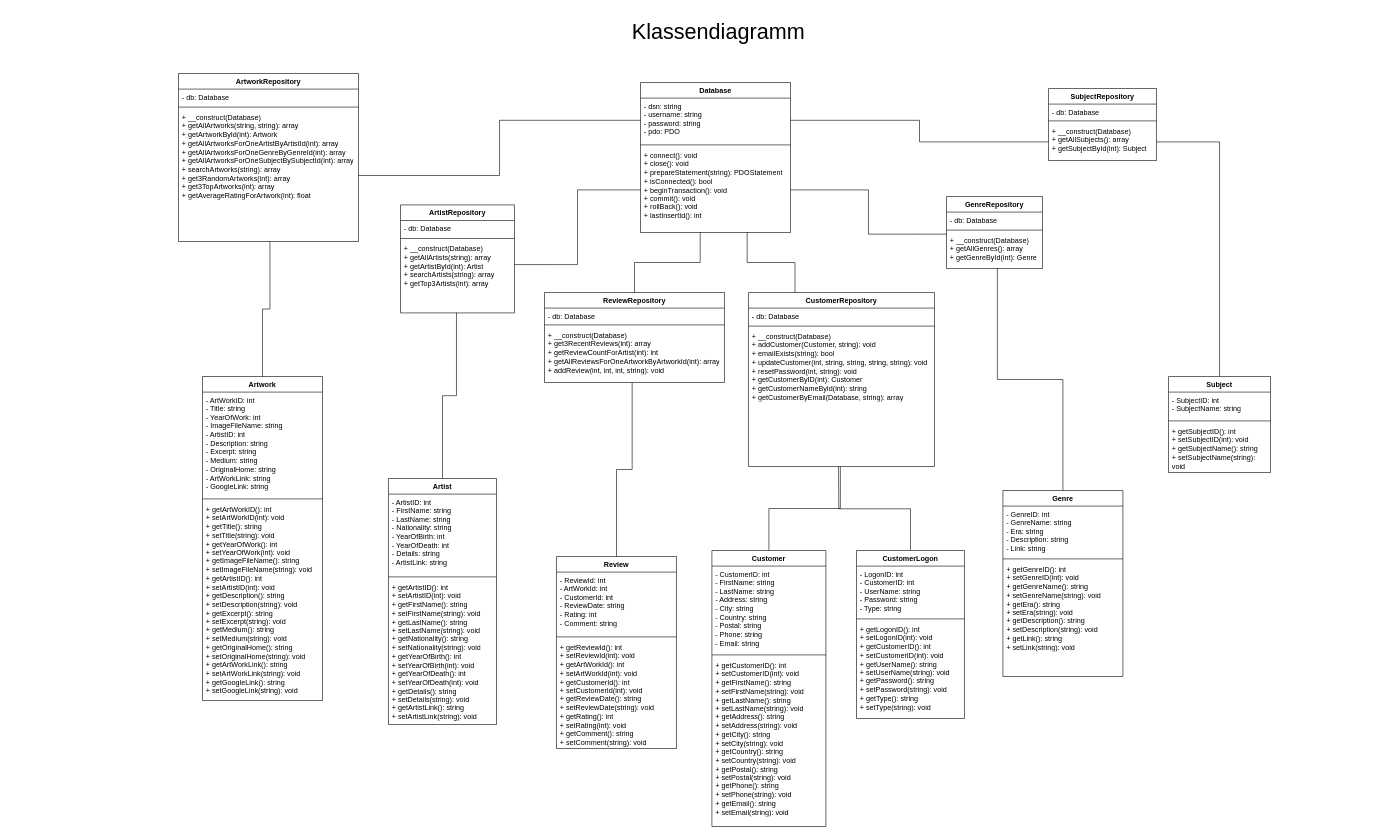
Before: Übersicht/Klassendiagramm.drawio in enricowlk/arts-gallery, a draw.io diagram. Source tidied: cells renumbered, new cells numbered last; positions are measured from the earlier drawing's top-left corner, leaving out a move shared by most shapes. Both pictures are drawn from the tidied source at 60%, with x=0, y=0 at pixel (10, 10).
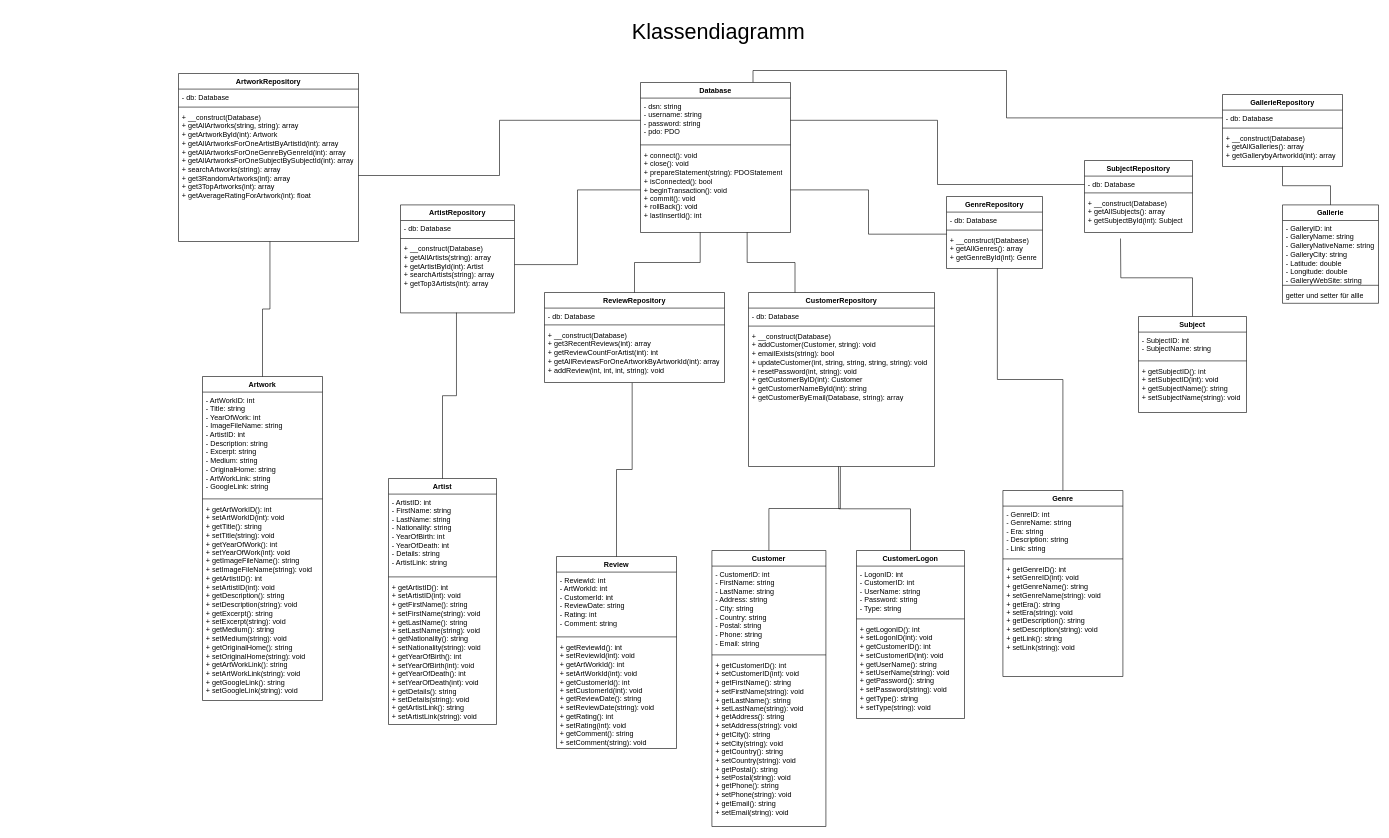
After the change.

The change refers to these unchanged cells:
```xml
<mxCell id="46" value="Database" style="swimlane;fontStyle=1;align=center;verticalAlign=top;horizontal=1;startSize=26;whiteSpace=wrap;html=1;" parent="1" vertex="1">
  <mxGeometry x="1050" y="120" width="250" height="250" as="geometry" />
</mxCell>
<mxCell id="47" value="&lt;div&gt;- dsn: string&lt;/div&gt;&lt;div&gt;- username: string&lt;/div&gt;&lt;div&gt;- password: string&lt;/div&gt;&lt;div&gt;- pdo: PDO&lt;/div&gt;" style="text;strokeColor=none;fillColor=none;align=left;verticalAlign=top;spacingLeft=4;spacingRight=4;overflow=hidden;points=[[0,0.5],[1,0.5]];portConstraint=eastwest;whiteSpace=wrap;html=1;" parent="46" vertex="1">
  <mxGeometry y="26" width="250" height="74" as="geometry" />
</mxCell>
<mxCell id="61" value="&lt;div&gt;+ __construct(Database)&lt;/div&gt;&lt;div&gt;+ getAllSubjects(): array&lt;/div&gt;&lt;div&gt;+ getSubjectById(int): Subject&lt;/div&gt;" style="text;strokeColor=none;fillColor=none;align=left;verticalAlign=top;spacingLeft=4;spacingRight=4;overflow=hidden;points=[[0,0.5],[1,0.5]];portConstraint=eastwest;whiteSpace=wrap;html=1;" parent="58" vertex="1">
  <mxGeometry y="58" width="180" height="62" as="geometry" />
</mxCell>
```

Change to the diagram source:
```diff
@@
-    <mxCell id="29" style="edgeStyle=orthogonalEdgeStyle;rounded=0;jettySize=auto;html=1;exitX=0.5;exitY=0;exitDx=0;exitDy=0;endArrow=none;startFill=0;" parent="1" edge="1" source="30" target="61">
-      <mxGeometry relative="1" as="geometry" />
-    </mxCell>
+    <mxCell id="73" style="edgeStyle=orthogonalEdgeStyle;rounded=0;jettySize=auto;html=1;exitX=0.5;exitY=0;exitDx=0;exitDy=0;endArrow=none;startFill=0;" parent="1" edge="1" source="30">
+      <mxGeometry relative="1" as="geometry">
+        <mxPoint x="1850" y="380" as="targetPoint" />
+      </mxGeometry>
+    </mxCell>
     <mxCell id="30" value="Subject" style="swimlane;fontStyle=1;align=center;verticalAlign=top;horizontal=1;startSize=26;whiteSpace=wrap;html=1;" parent="1" vertex="1">
-      <mxGeometry x="1930" y="610" width="170" height="160" as="geometry" />
+      <mxGeometry x="1880" y="510" width="180" height="160" as="geometry" />
     </mxCell>
     <mxCell id="31" value="&lt;div&gt;- SubjectID: int&lt;/div&gt;&lt;div&gt;- SubjectName: string&lt;/div&gt;" style="text;strokeColor=none;fillColor=none;align=left;verticalAlign=top;spacingLeft=4;spacingRight=4;overflow=hidden;whiteSpace=wrap;html=1;" parent="30" vertex="1">
-      <mxGeometry y="26" width="170" height="44" as="geometry" />
+      <mxGeometry y="26" width="180" height="44" as="geometry" />
     </mxCell>
     <mxCell id="32" style="line;strokeWidth=1;fillColor=none;align=left;verticalAlign=middle;spacingTop=-1;spacingLeft=3;spacingRight=3;labelPosition=right;strokeColor=inherit;" parent="30" vertex="1">
-      <mxGeometry y="70" width="170" height="8" as="geometry" />
+      <mxGeometry y="70" width="180" height="8" as="geometry" />
     </mxCell>
     <mxCell id="33" value="&lt;div&gt;+ getSubjectID(): int&lt;/div&gt;&lt;div&gt;+ setSubjectID(int): void&lt;/div&gt;&lt;div&gt;+ getSubjectName(): string&lt;/div&gt;&lt;div&gt;+ setSubjectName(string): void&lt;/div&gt;" style="text;strokeColor=none;fillColor=none;align=left;verticalAlign=top;spacingLeft=4;spacingRight=4;overflow=hidden;whiteSpace=wrap;html=1;" parent="30" vertex="1">
-      <mxGeometry y="78" width="170" height="82" as="geometry" />
+      <mxGeometry y="78" width="180" height="82" as="geometry" />
     </mxCell>
@@
+    <mxCell id="74" style="edgeStyle=orthogonalEdgeStyle;rounded=0;jettySize=auto;html=1;exitX=0.75;exitY=0;exitDx=0;exitDy=0;entryX=0;entryY=0.5;entryDx=0;entryDy=0;endArrow=none;endFill=0;" parent="1" edge="1" source="46" target="76">
+      <mxGeometry relative="1" as="geometry" />
+    </mxCell>
@@
     <mxCell id="58" value="SubjectRepository" style="swimlane;fontStyle=1;align=center;verticalAlign=top;horizontal=1;startSize=26;whiteSpace=wrap;html=1;" parent="1" vertex="1">
-      <mxGeometry x="1730" y="130" width="180" height="120" as="geometry" />
+      <mxGeometry x="1790" y="250" width="180" height="120" as="geometry" />
     </mxCell>
@@
-    <mxCell id="72" style="edgeStyle=orthogonalEdgeStyle;rounded=0;jettySize=auto;html=1;exitX=1;exitY=0.5;exitDx=0;exitDy=0;endArrow=none;startFill=0;" parent="1" edge="1" source="47" target="61">
-      <mxGeometry relative="1" as="geometry" />
+    <mxCell id="72" style="rounded=0;jettySize=auto;html=1;exitX=1;exitY=0.5;exitDx=0;exitDy=0;endArrow=none;startFill=0;edgeStyle=orthogonalEdgeStyle;" parent="1" edge="1" source="47">
+      <mxGeometry relative="1" as="geometry">
+        <mxPoint x="1790" y="290" as="targetPoint" />
+        <Array as="points">
+          <mxPoint x="1545" y="183" />
+          <mxPoint x="1545" y="290" />
+        </Array>
+      </mxGeometry>
     </mxCell>
+    <mxCell id="75" value="GallerieRepository" style="swimlane;fontStyle=1;align=center;verticalAlign=top;horizontal=1;startSize=26;whiteSpace=wrap;html=1;" parent="1" vertex="1">
+      <mxGeometry x="2020" y="140" width="200" height="120" as="geometry" />
+    </mxCell>
+    <mxCell id="76" value="- db: Database" style="text;strokeColor=none;fillColor=none;align=left;verticalAlign=top;spacingLeft=4;spacingRight=4;overflow=hidden;points=[[0,0.5],[1,0.5]];portConstraint=eastwest;whiteSpace=wrap;html=1;" parent="75" vertex="1">
+      <mxGeometry y="26" width="200" height="26" as="geometry" />
+    </mxCell>
+    <mxCell id="77" style="line;strokeWidth=1;fillColor=none;align=left;verticalAlign=middle;spacingTop=-1;spacingLeft=3;spacingRight=3;labelPosition=right;strokeColor=inherit;" parent="75" vertex="1">
+      <mxGeometry y="52" width="200" height="8" as="geometry" />
+    </mxCell>
+    <mxCell id="78" value="&lt;div&gt;+ __construct(Database)&lt;/div&gt;&lt;div&gt;+ getAllGalleries(): array&lt;/div&gt;&lt;div&gt;+ getGallerybyArtworkId(int): array&lt;/div&gt;&lt;div&gt;&lt;br&gt;&lt;/div&gt;" style="text;strokeColor=none;fillColor=none;align=left;verticalAlign=top;spacingLeft=4;spacingRight=4;overflow=hidden;whiteSpace=wrap;html=1;" parent="75" vertex="1">
+      <mxGeometry y="60" width="200" height="60" as="geometry" />
+    </mxCell>
+    <mxCell id="79" style="edgeStyle=orthogonalEdgeStyle;rounded=0;jettySize=auto;html=1;exitX=0.5;exitY=0;exitDx=0;exitDy=0;entryX=0.5;entryY=1;entryDx=0;entryDy=0;endArrow=none;endFill=0;" parent="1" edge="1" source="80" target="75">
+      <mxGeometry relative="1" as="geometry" />
+    </mxCell>
+    <mxCell id="80" value="Gallerie" style="swimlane;fontStyle=1;align=center;verticalAlign=top;horizontal=1;startSize=26;whiteSpace=wrap;html=1;" parent="1" vertex="1">
+      <mxGeometry x="2120" y="324" width="160" height="164" as="geometry" />
+    </mxCell>
+    <mxCell id="81" value="- GalleryID: int&lt;div&gt;- GalleryName: string&lt;/div&gt;&lt;div&gt;- GalleryNativeName: string&lt;/div&gt;&lt;div&gt;- GalleryCity: string&lt;/div&gt;&lt;div&gt;- Latitude: double&lt;/div&gt;&lt;div&gt;- Longitude: double&lt;/div&gt;&lt;div&gt;- GalleryWebSite: string&lt;/div&gt;" style="text;strokeColor=none;fillColor=none;align=left;verticalAlign=top;spacingLeft=4;spacingRight=4;overflow=hidden;whiteSpace=wrap;html=1;" parent="80" vertex="1">
+      <mxGeometry y="26" width="160" height="104" as="geometry" />
+    </mxCell>
+    <mxCell id="82" style="line;strokeWidth=1;fillColor=none;align=left;verticalAlign=middle;spacingTop=-1;spacingLeft=3;spacingRight=3;labelPosition=right;strokeColor=inherit;" parent="80" vertex="1">
+      <mxGeometry y="130" width="160" height="8" as="geometry" />
+    </mxCell>
+    <mxCell id="83" value="getter und setter für allle" style="text;strokeColor=none;fillColor=none;align=left;verticalAlign=top;spacingLeft=4;spacingRight=4;overflow=hidden;whiteSpace=wrap;html=1;" parent="80" vertex="1">
+      <mxGeometry y="138" width="160" height="26" as="geometry" />
+    </mxCell>
```
